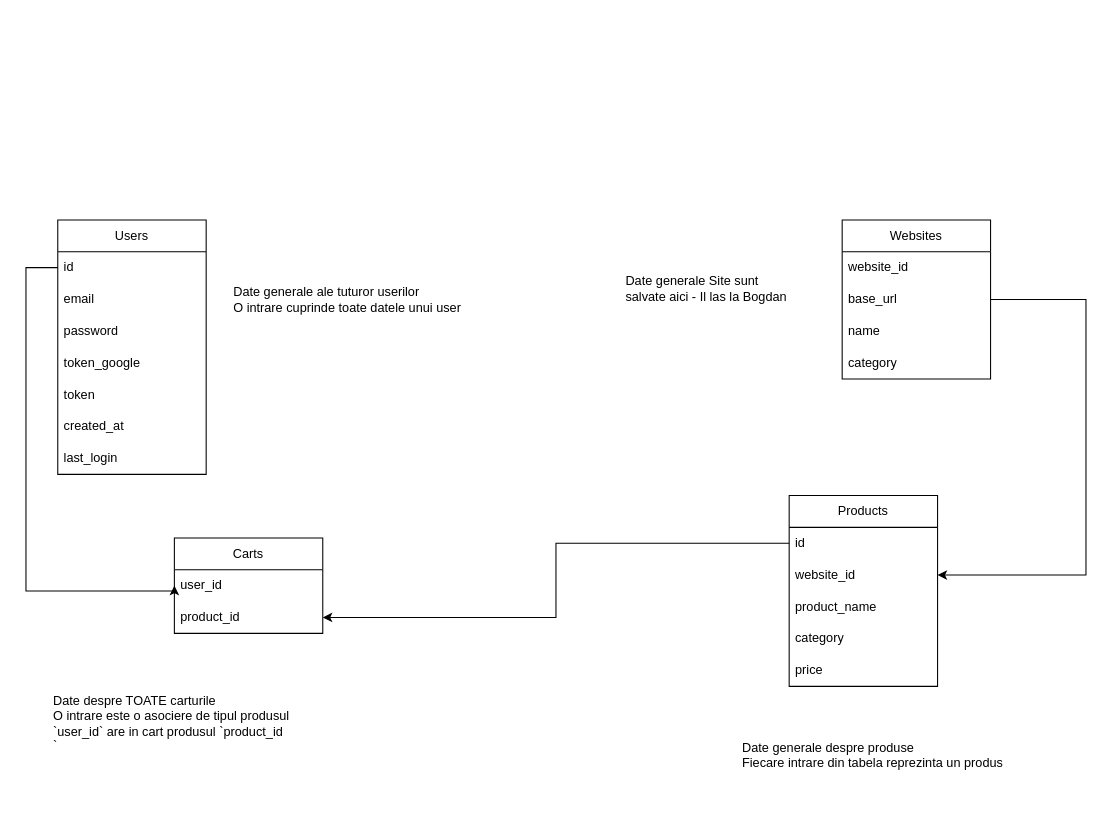
Before: programme-structure/Databse.drawio in robertZamfir601/backend-2, a draw.io diagram. Source tidied: cells renumbered, new cells numbered last; positions are measured from the earlier drawing's top-left corner, leaving out a move shared by most shapes. Both pictures are drawn from the tidied source at 106%, with x=0, y=0 at pixel (25, 219).
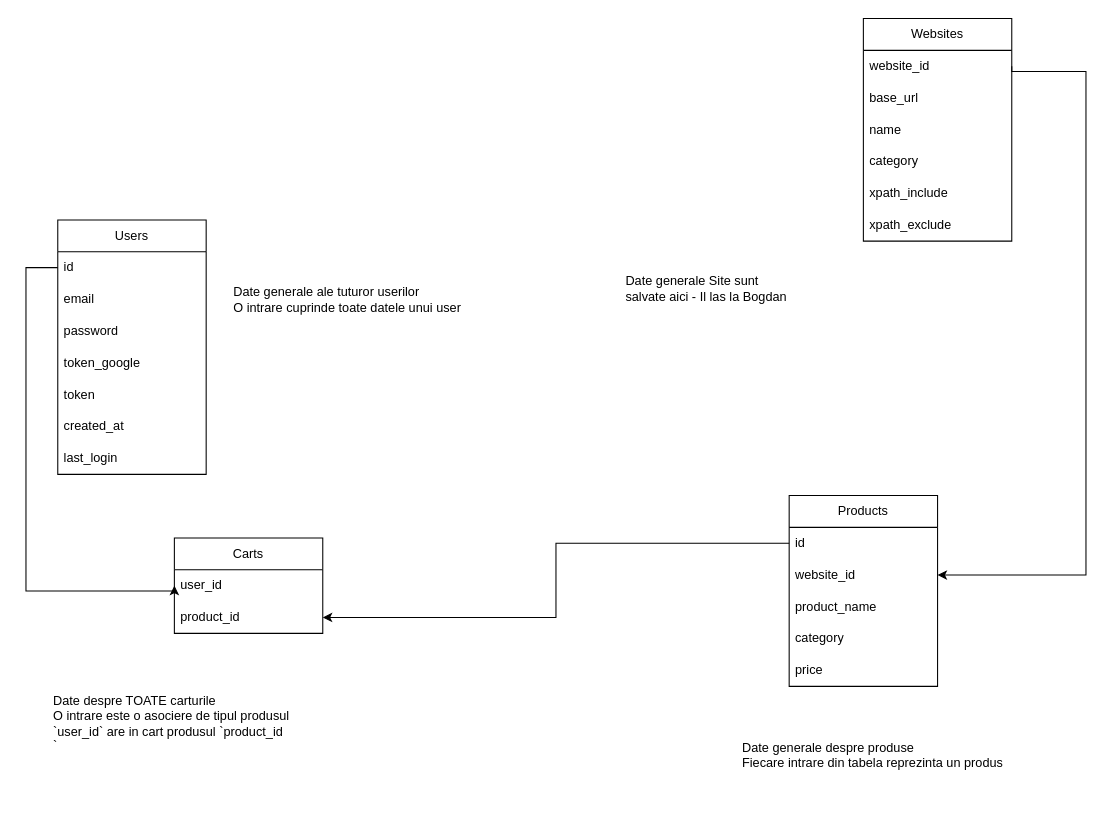
The same page after the edit.

The change refers to these unchanged cells:
```xml
<mxCell id="11" value="website_id" style="text;strokeColor=none;fillColor=none;align=left;verticalAlign=middle;spacingLeft=4;spacingRight=4;overflow=hidden;points=[[0,0.5],[1,0.5]];portConstraint=eastwest;whiteSpace=wrap;html=1;" parent="10" vertex="1">
  <mxGeometry y="30" width="140" height="30" as="geometry" />
</mxCell>
<mxCell id="12" value="base_url" style="text;strokeColor=none;fillColor=none;align=left;verticalAlign=middle;spacingLeft=4;spacingRight=4;overflow=hidden;points=[[0,0.5],[1,0.5]];portConstraint=eastwest;whiteSpace=wrap;html=1;" parent="10" vertex="1">
  <mxGeometry y="60" width="140" height="30" as="geometry" />
</mxCell>
<mxCell id="20" value="website_id" style="text;strokeColor=none;fillColor=none;align=left;verticalAlign=middle;spacingLeft=4;spacingRight=4;overflow=hidden;points=[[0,0.5],[1,0.5]];portConstraint=eastwest;whiteSpace=wrap;html=1;" parent="18" vertex="1">
  <mxGeometry y="60" width="140" height="30" as="geometry" />
</mxCell>
```

Change to the diagram source:
```diff
@@
     <mxCell id="10" value="Websites" style="swimlane;fontStyle=0;horizontal=1;startSize=30;whiteSpace=wrap;html=1;" parent="1" vertex="1">
-      <mxGeometry x="770" width="140" height="150" as="geometry" />
+      <mxGeometry x="790" y="-190" width="140" height="210" as="geometry" />
     </mxCell>
@@
+    <mxCell id="31" value="xpath_include" style="text;strokeColor=none;fillColor=none;align=left;verticalAlign=middle;spacingLeft=4;spacingRight=4;overflow=hidden;whiteSpace=wrap;html=1;" parent="10" vertex="1">
+      <mxGeometry y="150" width="140" height="30" as="geometry" />
+    </mxCell>
+    <mxCell id="32" value="xpath_exclude" style="text;strokeColor=none;fillColor=none;align=left;verticalAlign=middle;spacingLeft=4;spacingRight=4;overflow=hidden;whiteSpace=wrap;html=1;" parent="10" vertex="1">
+      <mxGeometry y="180" width="140" height="30" as="geometry" />
+    </mxCell>
@@
-    <mxCell id="30" style="edgeStyle=orthogonalEdgeStyle;rounded=0;jettySize=auto;html=1;entryX=1;entryY=0.5;entryDx=0;entryDy=0;" parent="1" edge="1" source="12" target="20">
+    <mxCell id="30" style="edgeStyle=orthogonalEdgeStyle;rounded=0;jettySize=auto;html=1;entryX=1;entryY=0.5;entryDx=0;entryDy=0;exitX=1;exitY=0.5;exitDx=0;exitDy=0;" parent="1" edge="1" source="11" target="20">
       <mxGeometry relative="1" as="geometry">
         <Array as="points">
-          <mxPoint x="1000" y="75" />
+          <mxPoint x="930" y="-140" />
+          <mxPoint x="1000" y="-140" />
           <mxPoint x="1000" y="335" />
         </Array>
       </mxGeometry>
     </mxCell>
```
